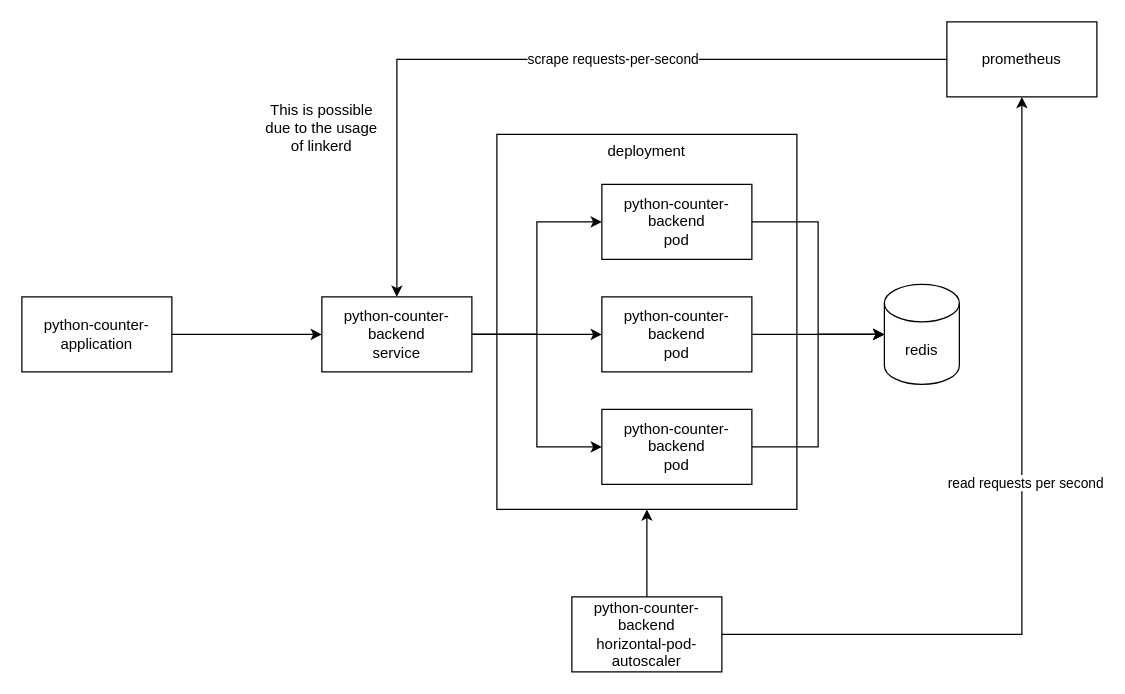
The draw.io diagram architecture/python-counter.drawio in ItsKev/python-counter, before the edit. Source tidied: cells renumbered, new cells numbered last; positions are measured from the earlier drawing's top-left corner, leaving out a move shared by most shapes. Both pictures are drawn from the tidied source at 125%, with x=0, y=0 at pixel (21, 21).
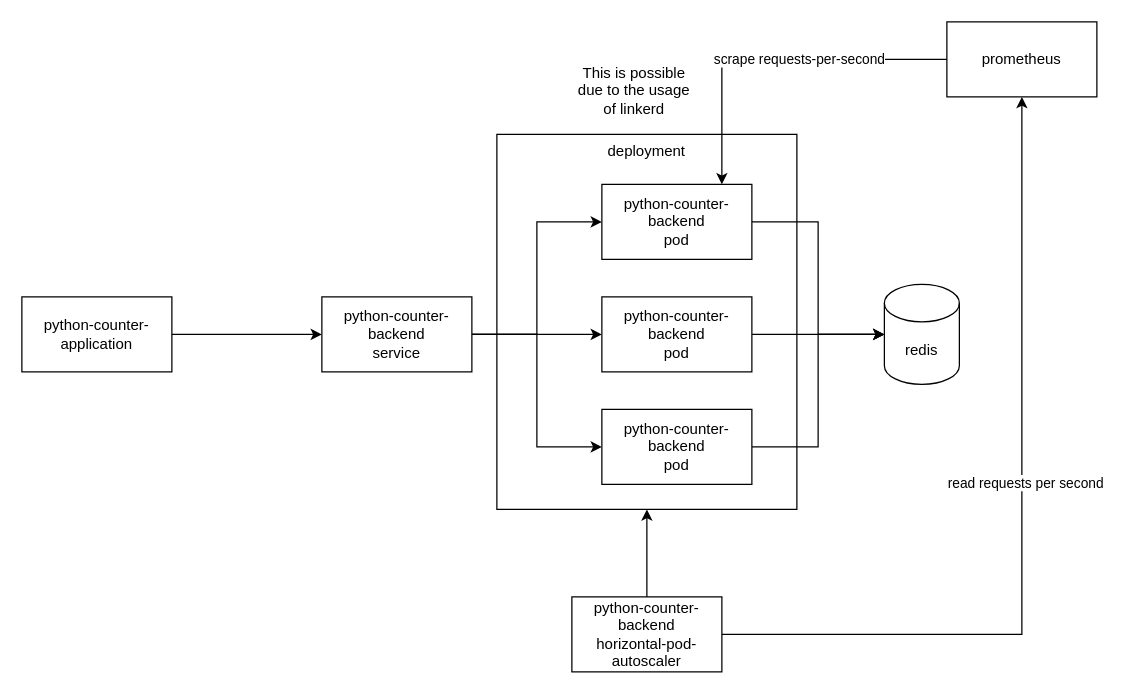
After the change.

The change refers to these unchanged cells:
```xml
<mxCell id="4" value="python-counter-backend&lt;br&gt;pod" style="rounded=0;whiteSpace=wrap;html=1;" parent="1" vertex="1">
  <mxGeometry x="464" y="130" width="120" height="60" as="geometry" />
</mxCell>
<mxCell id="8" value="python-counter-backend&lt;br&gt;service" style="rounded=0;whiteSpace=wrap;html=1;" parent="1" vertex="1">
  <mxGeometry x="240" y="220" width="120" height="60" as="geometry" />
</mxCell>
<mxCell id="21" value="prometheus" style="rounded=0;whiteSpace=wrap;html=1;" parent="1" vertex="1">
  <mxGeometry x="740" width="120" height="60" as="geometry" />
</mxCell>
```

Change to the diagram source:
```diff
@@
-    <mxCell id="19" style="edgeStyle=orthogonalEdgeStyle;rounded=0;jettySize=auto;html=1;" parent="1" edge="1" source="21" target="8">
-      <mxGeometry relative="1" as="geometry" />
+    <mxCell id="19" style="edgeStyle=orthogonalEdgeStyle;rounded=0;jettySize=auto;html=1;" parent="1" edge="1" source="21" target="4">
+      <mxGeometry relative="1" as="geometry">
+        <Array as="points">
+          <mxPoint x="560" y="30" />
+        </Array>
+      </mxGeometry>
     </mxCell>
@@
     <mxCell id="23" value="This is possible due to the usage of linkerd" style="text;html=1;strokeColor=none;fillColor=none;align=center;verticalAlign=middle;whiteSpace=wrap;rounded=0;" parent="1" vertex="1">
-      <mxGeometry x="190" y="70" width="100" height="30" as="geometry" />
+      <mxGeometry x="440" y="40" width="100" height="30" as="geometry" />
     </mxCell>
```
